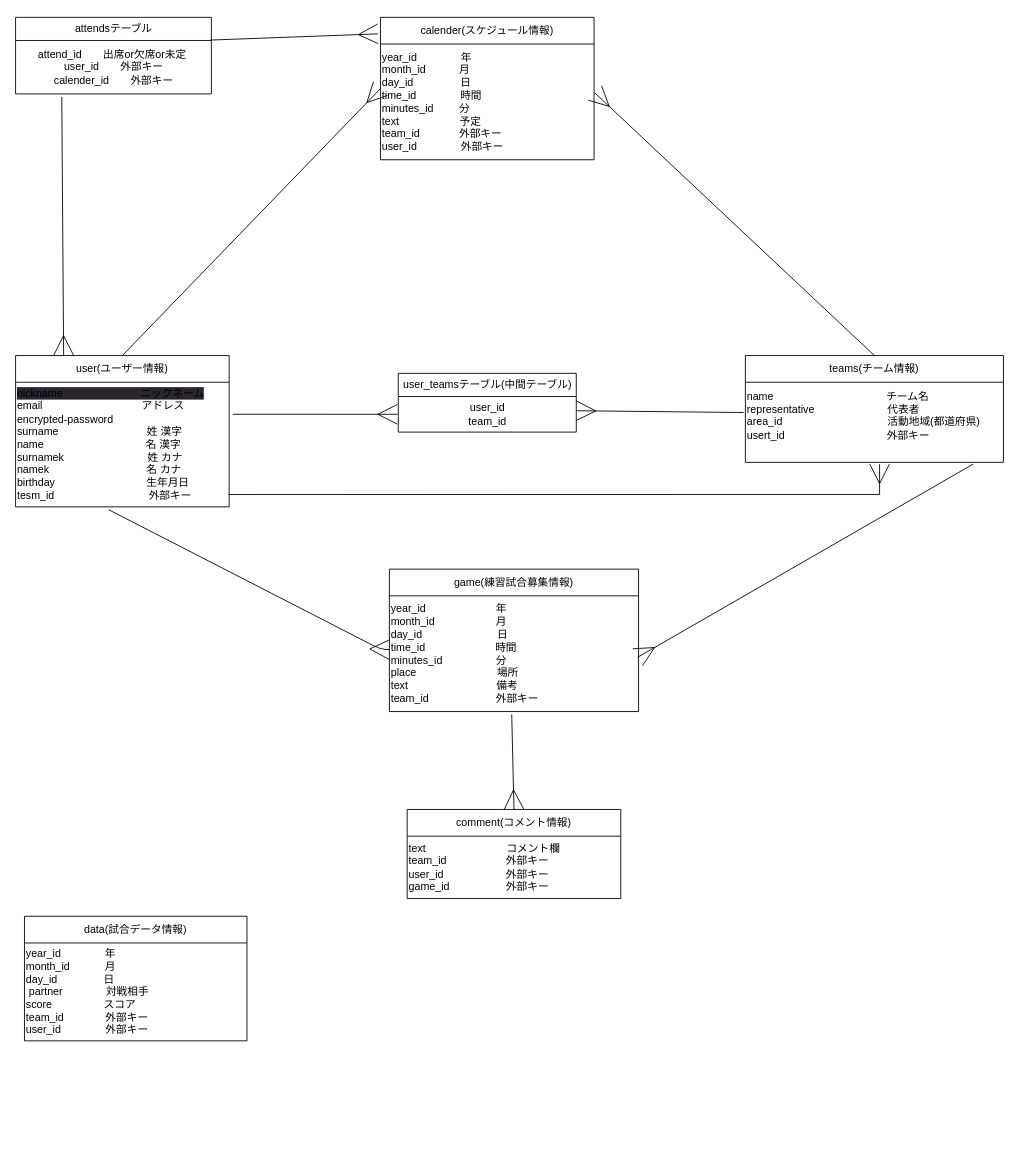
Above: test.dio in arakikeita/soccer-team (draw.io), before the change. Source tidied: cells renumbered, new cells numbered last; positions are measured from the earlier drawing's top-left corner, leaving out a move shared by most shapes. Both pictures are drawn from the tidied source at 89%, with x=0, y=0 at pixel (15, 17).
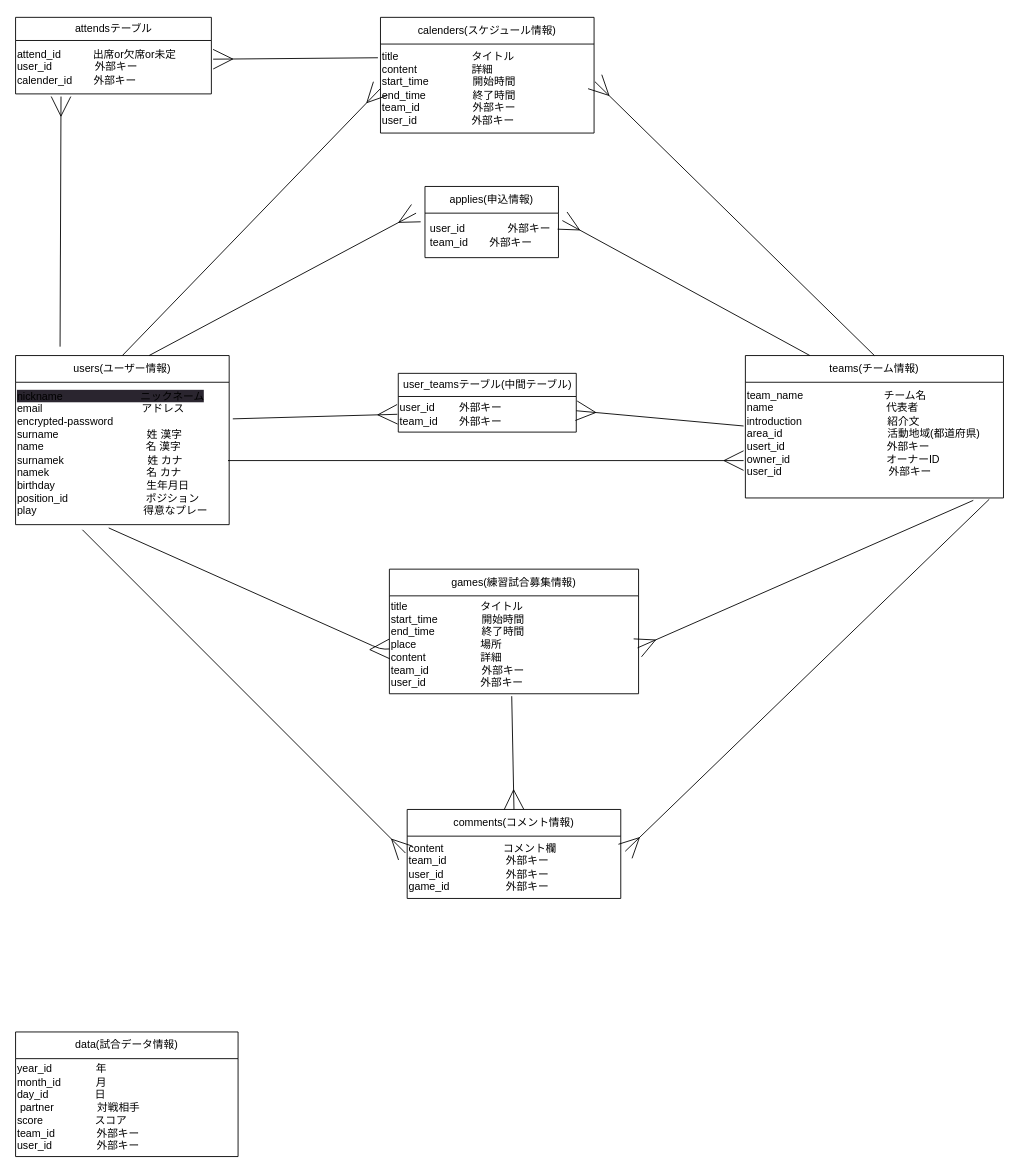
After the change.

Unchanged cells that the change refers to:
```xml
<mxCell id="14" value="user_teamsテーブル(中間テーブル)" style="swimlane;fontStyle=0;horizontal=1;startSize=26;fillColor=none;html=1;" parent="1" vertex="1">
  <mxGeometry x="430" y="400" width="200" height="66" as="geometry" />
</mxCell>
<mxCell id="24" value="attendsテーブル" style="swimlane;fontStyle=0;horizontal=1;startSize=26;fillColor=none;html=1;" parent="1" vertex="1">
  <mxGeometry width="220" height="86" as="geometry" />
</mxCell>
```

Diff of the diagram source:
```diff
@@
-    <mxCell id="2" value="user(ユーザー情報)" style="swimlane;fontStyle=0;horizontal=1;startSize=30;whiteSpace=wrap;html=1;" parent="1" vertex="1">
-      <mxGeometry y="380" width="240" height="170" as="geometry" />
+    <mxCell id="2" value="users(ユーザー情報)" style="swimlane;fontStyle=0;horizontal=1;startSize=30;whiteSpace=wrap;html=1;" parent="1" vertex="1">
+      <mxGeometry y="380" width="240" height="190" as="geometry" />
     </mxCell>
-    <mxCell id="3" value="&lt;div style=&quot;&quot;&gt;&lt;span style=&quot;background-color: rgb(42, 37, 47);&quot;&gt;nickname 　　　　　　　ニックネーム&lt;/span&gt;&lt;/div&gt;&lt;span style=&quot;background-color: rgb(42, 37, 47);&quot;&gt;&lt;div style=&quot;&quot;&gt;email 　　　　　　　　　アドレス&lt;/div&gt;&lt;/span&gt;&lt;span style=&quot;background-color: rgb(42, 37, 47);&quot;&gt;&lt;div style=&quot;&quot;&gt;encrypted-password&lt;/div&gt;&lt;/span&gt;&lt;span style=&quot;background-color: rgb(42, 37, 47);&quot;&gt;&lt;div style=&quot;&quot;&gt;surname 　　　　　　　　姓 漢字&lt;/div&gt;&lt;/span&gt;&lt;span style=&quot;background-color: rgb(42, 37, 47);&quot;&gt;&lt;div style=&quot;&quot;&gt;name&amp;nbsp; 　　　　　　　　　名 漢字&lt;/div&gt;&lt;/span&gt;&lt;span style=&quot;background-color: rgb(42, 37, 47);&quot;&gt;&lt;div style=&quot;&quot;&gt;surnamek 　　　　　　　&amp;nbsp; 姓 カナ&lt;/div&gt;&lt;/span&gt;&lt;span style=&quot;background-color: rgb(42, 37, 47);&quot;&gt;&lt;div style=&quot;&quot;&gt;namek 　　　　　　　　&amp;nbsp; &amp;nbsp;名 カナ&lt;/div&gt;&lt;/span&gt;&lt;span style=&quot;background-color: rgb(42, 37, 47);&quot;&gt;&lt;div style=&quot;&quot;&gt;birthday 　　　　　　　　 生年月日&lt;/div&gt;&lt;div style=&quot;&quot;&gt;tesm_id 　　　　　　　　&amp;nbsp; 外部キー&lt;/div&gt;&lt;/span&gt;" style="text;html=1;align=left;verticalAlign=middle;points=[];strokeColor=none;fillColor=none;" parent="2" vertex="1">
-      <mxGeometry y="30" width="240" height="140" as="geometry" />
+    <mxCell id="3" value="&lt;div style=&quot;&quot;&gt;&lt;span style=&quot;background-color: rgb(42, 37, 47);&quot;&gt;nickname 　　　　　　　ニックネーム&lt;/span&gt;&lt;/div&gt;&lt;span style=&quot;background-color: rgb(42, 37, 47);&quot;&gt;&lt;div style=&quot;&quot;&gt;email 　　　　　　　　　アドレス&lt;/div&gt;&lt;/span&gt;&lt;span style=&quot;background-color: rgb(42, 37, 47);&quot;&gt;&lt;div style=&quot;&quot;&gt;encrypted-password&lt;/div&gt;&lt;/span&gt;&lt;span style=&quot;background-color: rgb(42, 37, 47);&quot;&gt;&lt;div style=&quot;&quot;&gt;surname 　　　　　　　　姓 漢字&lt;/div&gt;&lt;/span&gt;&lt;span style=&quot;background-color: rgb(42, 37, 47);&quot;&gt;&lt;div style=&quot;&quot;&gt;name&amp;nbsp; 　　　　　　　　　名 漢字&lt;/div&gt;&lt;/span&gt;&lt;span style=&quot;background-color: rgb(42, 37, 47);&quot;&gt;&lt;div style=&quot;&quot;&gt;surnamek 　　　　　　　&amp;nbsp; 姓 カナ&lt;/div&gt;&lt;/span&gt;&lt;span style=&quot;background-color: rgb(42, 37, 47);&quot;&gt;&lt;div style=&quot;&quot;&gt;namek 　　　　　　　　&amp;nbsp; &amp;nbsp;名 カナ&lt;/div&gt;&lt;/span&gt;&lt;span style=&quot;background-color: rgb(42, 37, 47);&quot;&gt;&lt;div style=&quot;&quot;&gt;birthday 　　　　　　　　 生年月日&lt;/div&gt;&lt;div style=&quot;&quot;&gt;position_id 　　　　　　　ポジション&lt;/div&gt;&lt;div style=&quot;&quot;&gt;play　　　　　　　　　　得意なプレー&lt;/div&gt;&lt;/span&gt;" style="text;html=1;align=left;verticalAlign=middle;points=[];strokeColor=none;fillColor=none;" parent="2" vertex="1">
+      <mxGeometry y="30" width="240" height="160" as="geometry" />
     </mxCell>
     <mxCell id="4" value="teams(チーム情報)" style="swimlane;fontStyle=0;horizontal=1;startSize=30;whiteSpace=wrap;html=1;" parent="1" vertex="1">
-      <mxGeometry x="820" y="380" width="290" height="120" as="geometry" />
+      <mxGeometry x="820" y="380" width="290" height="160" as="geometry" />
     </mxCell>
-    <mxCell id="5" value="name&amp;nbsp; 　　　　　　　　　　チーム名&lt;br&gt;representative 　　　　　　&amp;nbsp; 代表者&lt;br&gt;area_id&amp;nbsp; &amp;nbsp;　　　　　　　　　活動地域(都道府県)&lt;br&gt;usert_id 　　　　　　　　　 外部キー&lt;br&gt;&amp;nbsp;" style="text;html=1;align=left;verticalAlign=middle;points=[];strokeColor=none;fillColor=none;" parent="4" vertex="1">
-      <mxGeometry y="30" width="290" height="90" as="geometry" />
+    <mxCell id="5" value="team_name&amp;nbsp; 　　　　　　　チーム名&lt;br&gt;name　　　　　　　　　　&amp;nbsp; 代表者&lt;br&gt;introduction　　　　　　　　紹介文&lt;br&gt;area_id&amp;nbsp; &amp;nbsp;　　　　　　　　　活動地域(都道府県)&lt;br&gt;usert_id 　　　　　　　　　 外部キー&lt;br&gt;owner_id　　　　　　　　　オーナーID&lt;br&gt;user_id　　　　　　　　　　外部キー&lt;br&gt;&amp;nbsp;" style="text;html=1;align=left;verticalAlign=middle;points=[];strokeColor=none;fillColor=none;" parent="4" vertex="1">
+      <mxGeometry y="30" width="290" height="130" as="geometry" />
     </mxCell>
-    <mxCell id="6" value="calender(スケジュール情報)" style="swimlane;fontStyle=0;horizontal=1;startSize=30;whiteSpace=wrap;html=1;" parent="1" vertex="1">
-      <mxGeometry x="410" width="240" height="160" as="geometry" />
+    <mxCell id="6" value="calenders(スケジュール情報)" style="swimlane;fontStyle=0;horizontal=1;startSize=30;whiteSpace=wrap;html=1;" parent="1" vertex="1">
+      <mxGeometry x="410" width="240" height="130" as="geometry" />
     </mxCell>
-    <mxCell id="7" value="year_id 　　　&amp;nbsp; &amp;nbsp;年&lt;br&gt;month_id　　&amp;nbsp; &amp;nbsp; 月&lt;br&gt;day_id　　　&amp;nbsp; &amp;nbsp; &amp;nbsp;日&lt;br&gt;time_id 　　　&amp;nbsp; &amp;nbsp;時間&lt;br&gt;minutes_id&amp;nbsp; 　&amp;nbsp; &amp;nbsp;分&lt;br&gt;text 　　　　&amp;nbsp; &amp;nbsp; &amp;nbsp;予定&lt;br&gt;team_id&amp;nbsp; 　　&amp;nbsp; &amp;nbsp; 外部キー&lt;br&gt;user_id&amp;nbsp; 　　　&amp;nbsp; 外部キー" style="text;html=1;align=left;verticalAlign=middle;points=[];strokeColor=none;fillColor=none;" parent="6" vertex="1">
-      <mxGeometry y="30" width="240" height="130" as="geometry" />
+    <mxCell id="7" value="title 　　　&amp;nbsp; 　　　タイトル&lt;br&gt;content　　&amp;nbsp; 　　&amp;nbsp; 詳細&lt;br&gt;start_time　　　&amp;nbsp; &amp;nbsp; 開始時間&lt;br&gt;end_time 　　　&amp;nbsp; &amp;nbsp; 終了時間&lt;br&gt;team_id&amp;nbsp; 　　&amp;nbsp; &amp;nbsp; &amp;nbsp;　外部キー&lt;br&gt;user_id&amp;nbsp; 　　　&amp;nbsp; 　外部キー" style="text;html=1;align=left;verticalAlign=middle;points=[];strokeColor=none;fillColor=none;" parent="6" vertex="1">
+      <mxGeometry y="30" width="240" height="100" as="geometry" />
     </mxCell>
     <mxCell id="8" value="data(試合データ情報)" style="swimlane;fontStyle=0;horizontal=1;startSize=30;whiteSpace=wrap;html=1;" parent="1" vertex="1">
-      <mxGeometry x="10" y="1010" width="250" height="140" as="geometry" />
+      <mxGeometry y="1140" width="250" height="140" as="geometry" />
     </mxCell>
@@
-    <mxCell id="10" value="game(練習試合募集情報)" style="swimlane;fontStyle=0;horizontal=1;startSize=30;whiteSpace=wrap;html=1;" parent="1" vertex="1">
-      <mxGeometry x="420" y="620" width="280" height="160" as="geometry" />
+    <mxCell id="10" value="games(練習試合募集情報)" style="swimlane;fontStyle=0;horizontal=1;startSize=30;whiteSpace=wrap;html=1;" parent="1" vertex="1">
+      <mxGeometry x="420" y="620" width="280" height="140" as="geometry" />
     </mxCell>
-    <mxCell id="11" value="year_id 　　　　　　 年&lt;br&gt;month_id　&amp;nbsp; &amp;nbsp; &amp;nbsp; &amp;nbsp; &amp;nbsp; &amp;nbsp; &amp;nbsp; &amp;nbsp; &amp;nbsp;月&lt;br&gt;day_id　　　　　　　日&lt;br&gt;time_id 　　　　　　 時間&lt;br&gt;minutes_id&amp;nbsp; &amp;nbsp; &amp;nbsp; &amp;nbsp; &amp;nbsp; &amp;nbsp; &amp;nbsp; &amp;nbsp; &amp;nbsp; 分&lt;br&gt;place　　　　　　　&amp;nbsp; 場所&lt;br&gt;text　　　　　　　　 備考&lt;br&gt;team_id　　　　　　 外部キー" style="text;html=1;align=left;verticalAlign=middle;points=[];strokeColor=none;fillColor=none;" parent="10" vertex="1">
-      <mxGeometry y="30" width="280" height="130" as="geometry" />
+    <mxCell id="11" value="title 　　　&amp;nbsp; 　　　タイトル&lt;br&gt;start_time　　　&amp;nbsp; &amp;nbsp; 開始時間&lt;br&gt;end_time 　　　&amp;nbsp; &amp;nbsp; 終了時間&lt;br&gt;place　　　　　　場所&lt;br&gt;content　　&amp;nbsp; 　　&amp;nbsp; 詳細&lt;br&gt;team_id&amp;nbsp; 　　&amp;nbsp; &amp;nbsp; &amp;nbsp;　外部キー&lt;br&gt;user_id&amp;nbsp; 　　　&amp;nbsp; 　外部キー" style="text;html=1;align=left;verticalAlign=middle;points=[];strokeColor=none;fillColor=none;" parent="10" vertex="1">
+      <mxGeometry y="30" width="280" height="110" as="geometry" />
     </mxCell>
-    <mxCell id="12" value="comment(コメント情報)" style="swimlane;fontStyle=0;horizontal=1;startSize=30;whiteSpace=wrap;html=1;" parent="1" vertex="1">
+    <mxCell id="12" value="comments(コメント情報)" style="swimlane;fontStyle=0;horizontal=1;startSize=30;whiteSpace=wrap;html=1;" parent="1" vertex="1">
       <mxGeometry x="440" y="890" width="240" height="100" as="geometry" />
     </mxCell>
-    <mxCell id="13" value="text&amp;nbsp; 　　　　　　　コメント欄&lt;br&gt;team_id&amp;nbsp; 　　　　　外部キー&lt;br&gt;user_id 　　　　　&amp;nbsp; 外部キー&lt;br&gt;game_id 　　　　　外部キー&lt;br&gt;" style="text;html=1;align=left;verticalAlign=middle;points=[];strokeColor=none;fillColor=none;" parent="12" vertex="1">
+    <mxCell id="13" value="content&amp;nbsp; 　　　　　コメント欄&lt;br&gt;team_id&amp;nbsp; 　　　　　外部キー&lt;br&gt;user_id 　　　　　&amp;nbsp; 外部キー&lt;br&gt;game_id 　　　　　外部キー" style="text;html=1;align=left;verticalAlign=middle;points=[];strokeColor=none;fillColor=none;" parent="12" vertex="1">
       <mxGeometry y="30" width="240" height="70" as="geometry" />
     </mxCell>
@@
-    <mxCell id="15" value="user_id&lt;br&gt;team_id" style="text;html=1;align=center;verticalAlign=middle;points=[];strokeColor=none;fillColor=none;" parent="14" vertex="1">
+    <mxCell id="15" value="user_id　　 外部キー&lt;br&gt;team_id　　外部キー" style="text;html=1;align=left;verticalAlign=middle;points=[];strokeColor=none;fillColor=none;" parent="14" vertex="1">
       <mxGeometry y="26" width="200" height="40" as="geometry" />
     </mxCell>
@@
-    <mxCell id="20" style="edgeStyle=segmentEdgeStyle;endArrow=ERmany;html=1;curved=0;rounded=0;endSize=20;startSize=8;strokeWidth=1;entryX=0.52;entryY=1.022;entryDx=0;entryDy=0;entryPerimeter=0;exitX=0.996;exitY=0.901;exitDx=0;exitDy=0;exitPerimeter=0;endFill=0;" parent="1" edge="1" source="3" target="5">
-      <mxGeometry relative="1" as="geometry" />
+    <mxCell id="20" style="edgeStyle=segmentEdgeStyle;endArrow=ERmany;html=1;curved=0;rounded=0;endSize=20;startSize=8;strokeWidth=1;entryX=-0.007;entryY=0.677;entryDx=0;entryDy=0;entryPerimeter=0;endFill=0;" parent="1" edge="1" target="5">
+      <mxGeometry relative="1" as="geometry">
+        <mxPoint x="240" y="498" as="sourcePoint" />
+        <Array as="points">
+          <mxPoint x="239" y="498" />
+        </Array>
+      </mxGeometry>
     </mxCell>
@@
-    <mxCell id="25" value="attend_id　　出席or欠席or未定&amp;nbsp;&lt;br&gt;user_id　　外部キー&lt;br&gt;calender_id　　外部キー" style="text;html=1;align=center;verticalAlign=middle;points=[];strokeColor=none;fillColor=none;" parent="24" vertex="1">
+    <mxCell id="25" value="attend_id　　　出席or欠席or未定&amp;nbsp;&lt;br&gt;user_id　　　　外部キー&lt;br&gt;calender_id　　外部キー" style="text;html=1;align=left;verticalAlign=middle;points=[];strokeColor=none;fillColor=none;" parent="24" vertex="1">
       <mxGeometry y="26" width="220" height="60" as="geometry" />
     </mxCell>
-    <mxCell id="26" style="endArrow=ERmany;html=1;entryX=0.225;entryY=-0.003;entryDx=0;entryDy=0;entryPerimeter=0;exitX=0.236;exitY=1.058;exitDx=0;exitDy=0;exitPerimeter=0;endFill=0;endSize=20;" parent="1" edge="1" source="25" target="2">
-      <mxGeometry relative="1" as="geometry" />
+    <mxCell id="26" style="endArrow=ERmany;html=1;entryX=0.232;entryY=1.05;entryDx=0;entryDy=0;entryPerimeter=0;endFill=0;endSize=20;" parent="1" edge="1" target="25">
+      <mxGeometry relative="1" as="geometry">
+        <mxPoint x="50" y="370" as="sourcePoint" />
+      </mxGeometry>
     </mxCell>
-    <mxCell id="27" style="endArrow=ERmany;html=1;endSize=20;entryX=-0.012;entryY=0.116;entryDx=0;entryDy=0;entryPerimeter=0;exitX=0.995;exitY=-0.008;exitDx=0;exitDy=0;exitPerimeter=0;endFill=0;" parent="1" edge="1" source="25" target="6">
+    <mxCell id="27" style="endArrow=ERmany;html=1;endSize=20;exitX=-0.012;exitY=0.154;exitDx=0;exitDy=0;exitPerimeter=0;endFill=0;entryX=1.009;entryY=0.35;entryDx=0;entryDy=0;entryPerimeter=0;" parent="1" edge="1" source="7" target="25">
       <mxGeometry relative="1" as="geometry" />
     </mxCell>
+    <mxCell id="28" style="endArrow=ERmany;html=1;exitX=0.313;exitY=1.036;exitDx=0;exitDy=0;exitPerimeter=0;endSize=20;endFill=0;entryX=-0.008;entryY=0.271;entryDx=0;entryDy=0;entryPerimeter=0;" parent="1" edge="1" source="3" target="13">
+      <mxGeometry relative="1" as="geometry" />
+    </mxCell>
+    <mxCell id="29" style="endArrow=ERmany;html=1;entryX=1.021;entryY=0.243;entryDx=0;entryDy=0;entryPerimeter=0;endFill=0;endSize=20;exitX=0.945;exitY=1.011;exitDx=0;exitDy=0;exitPerimeter=0;" parent="1" edge="1" source="5" target="13">
+      <mxGeometry relative="1" as="geometry" />
+    </mxCell>
+    <mxCell id="30" value="applies(申込情報)" style="swimlane;fontStyle=0;horizontal=1;startSize=30;whiteSpace=wrap;html=1;" parent="1" vertex="1">
+      <mxGeometry x="460" y="190" width="150" height="80" as="geometry" />
+    </mxCell>
+    <mxCell id="31" value="user_id　　　　外部キー&lt;br&gt;team_id　　外部キー　" style="text;strokeColor=none;fillColor=none;align=left;verticalAlign=middle;spacingLeft=4;spacingRight=4;overflow=hidden;points=[[0,0.5],[1,0.5]];portConstraint=eastwest;whiteSpace=wrap;html=1;" parent="30" vertex="1">
+      <mxGeometry y="30" width="150" height="50" as="geometry" />
+    </mxCell>
+    <mxCell id="32" style="endArrow=ERmany;html=1;endSize=20;endFill=0;" parent="1" edge="1">
+      <mxGeometry relative="1" as="geometry">
+        <mxPoint x="150" y="380" as="sourcePoint" />
+        <mxPoint x="450" y="220" as="targetPoint" />
+      </mxGeometry>
+    </mxCell>
+    <mxCell id="33" style="endArrow=ERmany;html=1;exitX=0.25;exitY=0;exitDx=0;exitDy=0;endSize=20;endFill=0;entryX=1.029;entryY=0.167;entryDx=0;entryDy=0;entryPerimeter=0;" parent="1" edge="1" source="4" target="31">
+      <mxGeometry relative="1" as="geometry" />
+    </mxCell>
```
